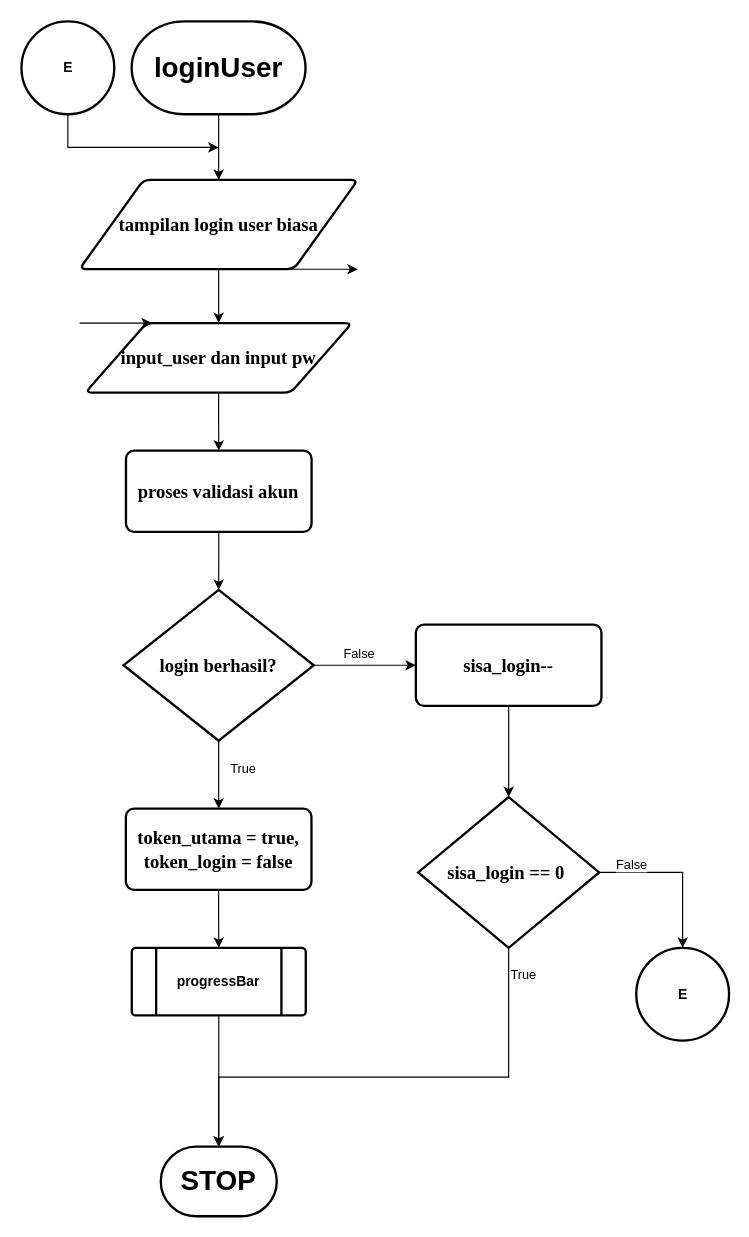
msarabd/pa_sistem_battle_karakter_anime keeps this draw.io diagram as page "fungsi loginUser" (2 of 23) of B1-OnyxSmarid.drawio. Above is the earlier version. Source tidied: cells renumbered, new cells numbered last; positions are measured from the earlier drawing's top-left corner, leaving out a move shared by most shapes. Both pictures are drawn from the tidied source at 116%, with x=0, y=0 at pixel (21, 21).
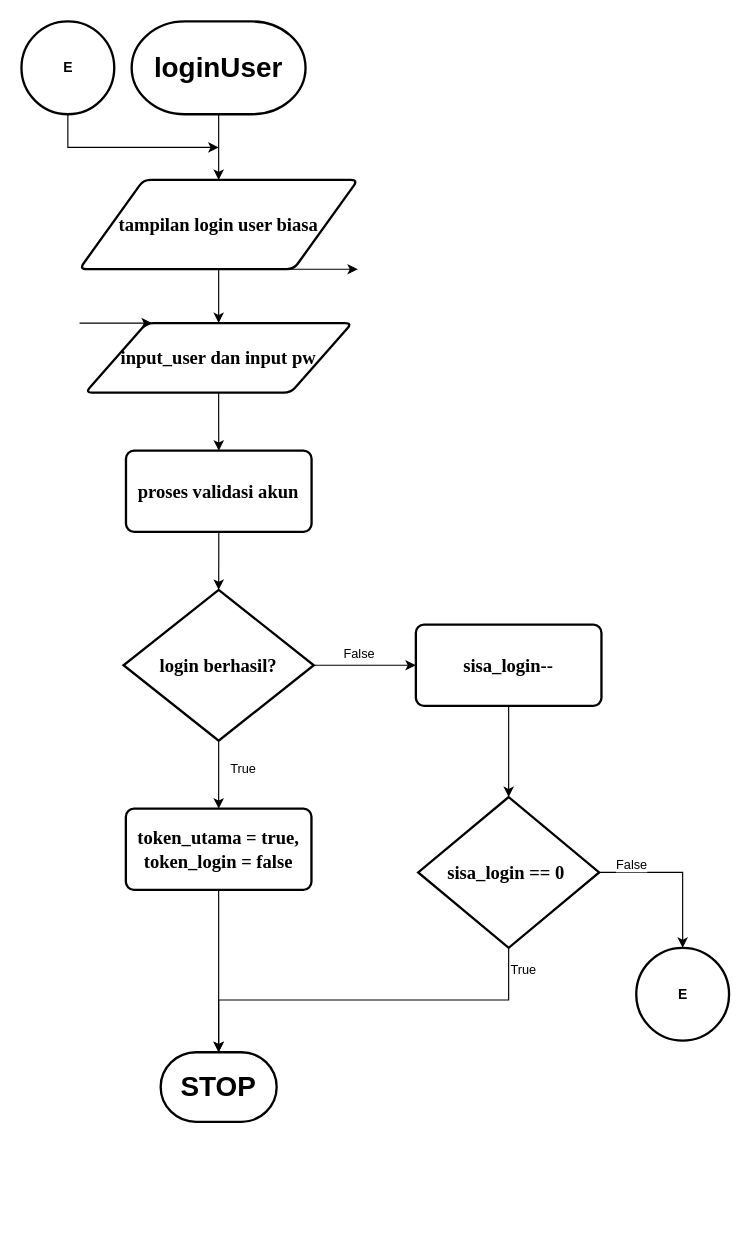
After the change.

Unchanged cells that the change refers to:
```xml
<mxCell id="18" value="token_utama = true, token_login = false" style="rounded=1;whiteSpace=wrap;html=1;absoluteArcSize=1;arcSize=14;strokeWidth=2;fontStyle=1;align=center;fontSize=16;fontFamily=Times New Roman;" parent="1" vertex="1">
  <mxGeometry x="90" y="678.6" width="160" height="70" as="geometry" />
</mxCell>
<mxCell id="21" value="&lt;span style=&quot;font-size: 16px;&quot;&gt;sisa_login == 0&amp;nbsp;&lt;/span&gt;" style="strokeWidth=2;html=1;shape=mxgraph.flowchart.decision;whiteSpace=wrap;fontStyle=1;fontSize=14;fontFamily=Times New Roman;" parent="1" vertex="1">
  <mxGeometry x="342" y="668.6" width="156" height="130" as="geometry" />
</mxCell>
```

What changed in the source:
```diff
@@
-    <mxCell id="17" style="edgeStyle=orthogonalEdgeStyle;rounded=0;jettySize=auto;html=1;" parent="1" edge="1" source="18" target="31">
-      <mxGeometry relative="1" as="geometry" />
-    </mxCell>
@@
     <mxCell id="19" style="edgeStyle=orthogonalEdgeStyle;rounded=0;jettySize=auto;html=1;exitX=0.5;exitY=1;exitDx=0;exitDy=0;exitPerimeter=0;" parent="1" edge="1" source="21" target="24">
-      <mxGeometry relative="1" as="geometry">
-        <Array as="points">
-          <mxPoint x="420" y="910" />
-          <mxPoint x="170" y="910" />
-        </Array>
-      </mxGeometry>
+      <mxGeometry relative="1" as="geometry" />
     </mxCell>
@@
     <mxCell id="24" value="&lt;span style=&quot;font-size: 24px;&quot;&gt;STOP&lt;/span&gt;" style="strokeWidth=2;html=1;shape=mxgraph.flowchart.terminator;whiteSpace=wrap;fontStyle=1;" parent="1" vertex="1">
-      <mxGeometry x="120.1" y="970" width="100" height="60" as="geometry" />
+      <mxGeometry x="120" y="888.6" width="100" height="60" as="geometry" />
     </mxCell>
+    <mxCell id="32" style="edgeStyle=orthogonalEdgeStyle;rounded=0;jettySize=auto;html=1;exitX=0.5;exitY=1;exitDx=0;exitDy=0;entryX=0.5;entryY=0;entryDx=0;entryDy=0;entryPerimeter=0;" parent="1" edge="1" source="18" target="24">
+      <mxGeometry relative="1" as="geometry" />
+    </mxCell>
@@
-    <mxCell id="30" style="edgeStyle=orthogonalEdgeStyle;rounded=0;jettySize=auto;html=1;" parent="1" edge="1" source="31" target="24">
-      <mxGeometry relative="1" as="geometry" />
-    </mxCell>
-    <mxCell id="31" value="progressBar" style="verticalLabelPosition=middle;verticalAlign=middle;html=1;shape=process;whiteSpace=wrap;rounded=1;size=0.14;arcSize=6;strokeWidth=2;labelPosition=center;align=center;fontStyle=1;" parent="1" vertex="1">
-      <mxGeometry x="95.1" y="798.6" width="150" height="58.3" as="geometry" />
-    </mxCell>
```
